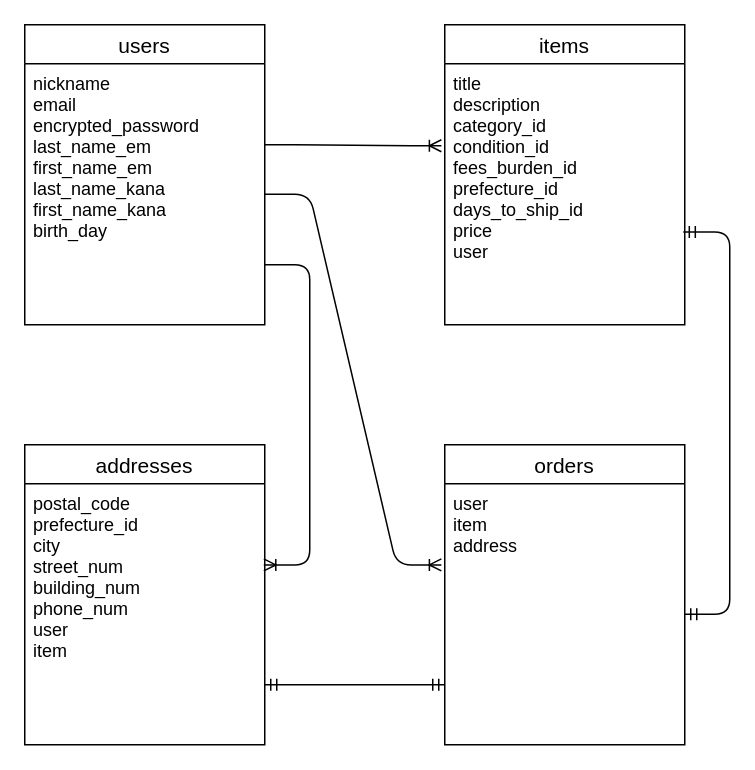
iSi2aka/furima-39576 keeps this draw.io diagram as furima.dio. Above is the earlier version. Source tidied: cells renumbered, new cells numbered last; positions are measured from the earlier drawing's top-left corner, leaving out a move shared by most shapes. Both pictures are drawn from the tidied source at 150%, with x=0, y=0 at pixel (24, 24).
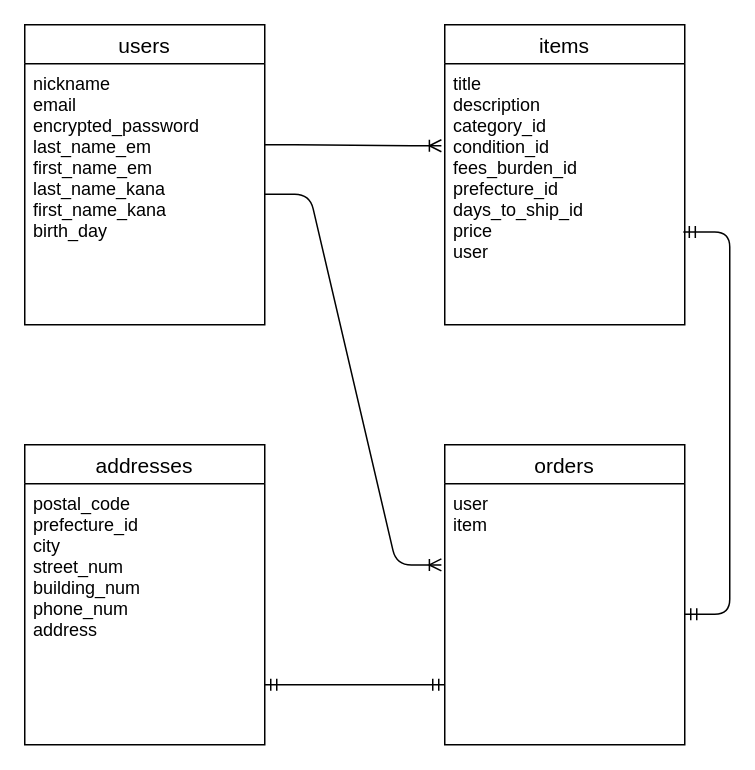
After the change.

Commit message (it also covers changes not shown here):
データベース設計の修正(2)

What changed in the source:
```diff
@@
 <mxGraphModel>
   <root>
     <mxCell id="0" />
     <mxCell id="1" parent="0" />
     <mxCell id="2" value="users" style="swimlane;fontStyle=0;horizontal=1;startSize=26;align=center;fontSize=14;" parent="1" vertex="1">
       <mxGeometry width="160" height="200" as="geometry" />
     </mxCell>
     <mxCell id="3" value="nickname&#10;email&#10;encrypted_password&#10;last_name_em&#10;first_name_em&#10;last_name_kana&#10;first_name_kana&#10;birth_day" style="text;strokeColor=none;fillColor=none;spacingLeft=4;spacingRight=4;overflow=hidden;points=[[0,0.5],[1,0.5]];portConstraint=eastwest;fontSize=12;" parent="2" vertex="1">
       <mxGeometry y="26" width="160" height="174" as="geometry" />
     </mxCell>
     <mxCell id="4" value="items" style="swimlane;fontStyle=0;horizontal=1;startSize=26;align=center;fontSize=14;" parent="1" vertex="1">
       <mxGeometry x="280" width="160" height="200" as="geometry" />
     </mxCell>
     <mxCell id="5" value="title&#10;description&#10;category_id&#10;condition_id&#10;fees_burden_id&#10;prefecture_id&#10;days_to_ship_id&#10;price&#10;user" style="text;strokeColor=none;fillColor=none;spacingLeft=4;spacingRight=4;overflow=hidden;points=[[0,0.5],[1,0.5]];portConstraint=eastwest;fontSize=12;" parent="4" vertex="1">
       <mxGeometry y="26" width="160" height="174" as="geometry" />
     </mxCell>
     <mxCell id="6" value="addresses" style="swimlane;fontStyle=0;horizontal=1;startSize=26;align=center;fontSize=14;" parent="1" vertex="1">
       <mxGeometry y="280" width="160" height="200" as="geometry" />
     </mxCell>
-    <mxCell id="7" value="postal_code&#10;prefecture_id&#10;city&#10;street_num&#10;building_num&#10;phone_num&#10;user&#10;item" style="text;strokeColor=none;fillColor=none;spacingLeft=4;spacingRight=4;overflow=hidden;points=[[0,0.5],[1,0.5]];portConstraint=eastwest;fontSize=12;" parent="6" vertex="1">
+    <mxCell id="7" value="postal_code&#10;prefecture_id&#10;city&#10;street_num&#10;building_num&#10;phone_num&#10;address&#10;" style="text;strokeColor=none;fillColor=none;spacingLeft=4;spacingRight=4;overflow=hidden;points=[[0,0.5],[1,0.5]];portConstraint=eastwest;fontSize=12;" parent="6" vertex="1">
       <mxGeometry y="26" width="160" height="174" as="geometry" />
     </mxCell>
     <mxCell id="8" value="orders" style="swimlane;fontStyle=0;horizontal=1;startSize=26;align=center;fontSize=14;" parent="1" vertex="1">
       <mxGeometry x="280" y="280" width="160" height="200" as="geometry" />
     </mxCell>
-    <mxCell id="9" value="user&#10;item&#10;address" style="text;strokeColor=none;fillColor=none;spacingLeft=4;spacingRight=4;overflow=hidden;points=[[0,0.5],[1,0.5]];portConstraint=eastwest;fontSize=12;" parent="8" vertex="1">
+    <mxCell id="9" value="user&#10;item&#10;" style="text;strokeColor=none;fillColor=none;spacingLeft=4;spacingRight=4;overflow=hidden;points=[[0,0.5],[1,0.5]];portConstraint=eastwest;fontSize=12;" parent="8" vertex="1">
       <mxGeometry y="26" width="160" height="174" as="geometry" />
     </mxCell>
     <mxCell id="10" style="edgeStyle=entityRelationEdgeStyle;fontSize=12;html=1;endArrow=ERoneToMany;entryX=-0.014;entryY=0.311;entryDx=0;entryDy=0;entryPerimeter=0;" parent="1" edge="1" source="3" target="9">
       <mxGeometry relative="1" as="geometry" />
     </mxCell>
     <mxCell id="11" style="edgeStyle=entityRelationEdgeStyle;fontSize=12;html=1;endArrow=ERoneToMany;entryX=-0.014;entryY=0.314;entryDx=0;entryDy=0;entryPerimeter=0;" parent="1" edge="1" target="5">
       <mxGeometry relative="1" as="geometry">
         <mxPoint x="160" y="80" as="sourcePoint" />
       </mxGeometry>
     </mxCell>
-    <mxCell id="12" style="edgeStyle=entityRelationEdgeStyle;fontSize=12;html=1;endArrow=ERoneToMany;entryX=0.996;entryY=0.311;entryDx=0;entryDy=0;entryPerimeter=0;" parent="1" edge="1" target="7">
-      <mxGeometry relative="1" as="geometry">
-        <mxPoint x="160" y="160" as="sourcePoint" />
-      </mxGeometry>
-    </mxCell>
     <mxCell id="13" style="edgeStyle=entityRelationEdgeStyle;fontSize=12;html=1;endArrow=ERmandOne;startArrow=ERmandOne;entryX=0;entryY=0.77;entryDx=0;entryDy=0;entryPerimeter=0;" parent="1" edge="1" target="9">
       <mxGeometry relative="1" as="geometry">
         <mxPoint x="160" y="440" as="sourcePoint" />
       </mxGeometry>
     </mxCell>
     <mxCell id="14" style="edgeStyle=entityRelationEdgeStyle;fontSize=12;html=1;endArrow=ERmandOne;startArrow=ERmandOne;exitX=0.994;exitY=0.645;exitDx=0;exitDy=0;exitPerimeter=0;" parent="1" edge="1" source="5" target="9">
       <mxGeometry relative="1" as="geometry" />
     </mxCell>
   </root>
 </mxGraphModel>
```
